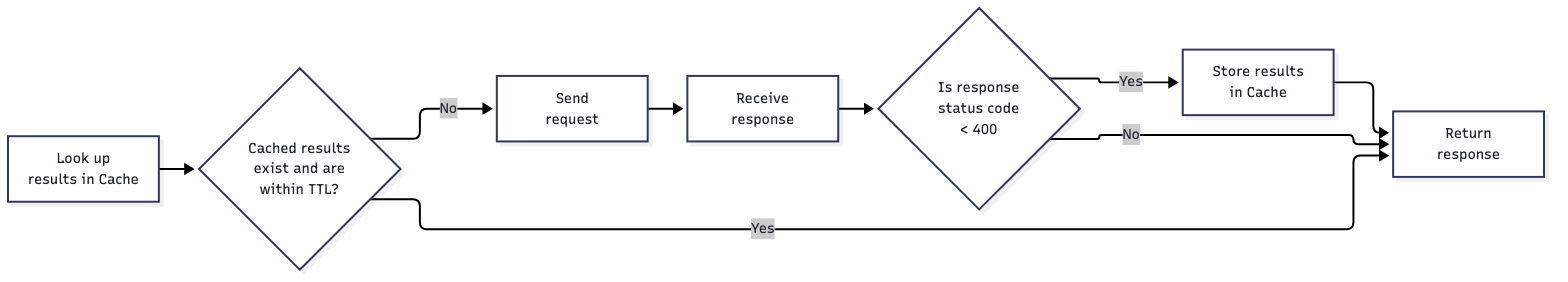
This is docs/tex/include/fig-cache-flowchart-diagram.png from esaounkine/uop-thesis, a Mermaid export, as it was before one commit. Its source is kept beside it as docs/diagrams/fig-cache-flowchart-diagram.mmd.
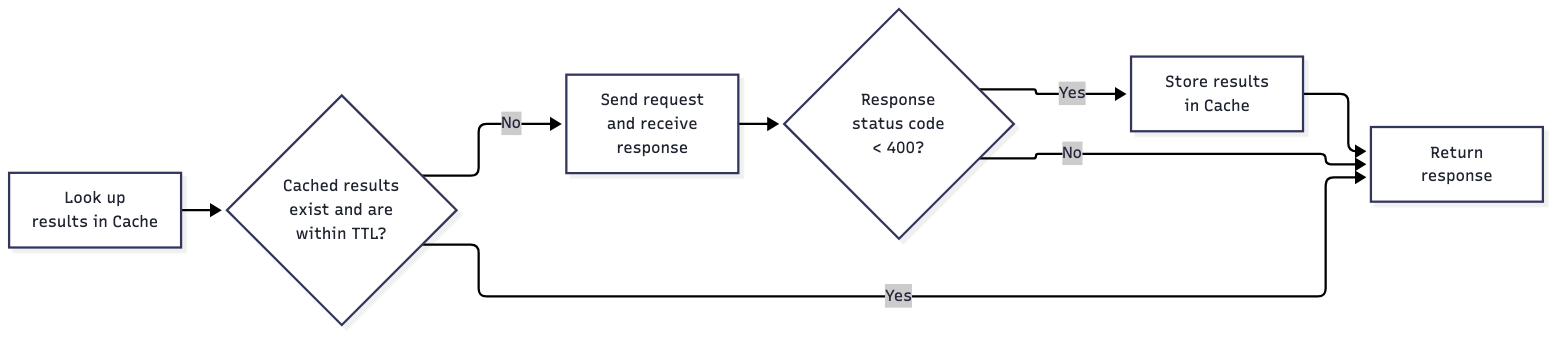
The same diagram one commit later.

What changed in the source:
```diff
@@ -1,9 +1,8 @@
 %%{init: {"flowchart": {"rankSpacing": 20, "padding": 10}} }%%
 graph LR
   lookup["Look up<br/>results in Cache"] --> hit{"Cached results<br/>exist and are<br/>within TTL?"}
-  hit -->|"No"| send["Send<br/>request"]
-  send --> recv["Receive<br/> response"]
-  recv --> ok{"Is response<br/> status code <br/>< 400"}
+  hit -->|"No"| send["Send request<br/>and receive<br/>response"]
+  send --> ok{"Response<br/>status code<br/>< 400?"}
   ok -->|"Yes"| store["Store results<br/> in Cache"]
   store --> ret["Return<br/>response"]
   ok -->|"No"| ret
```
